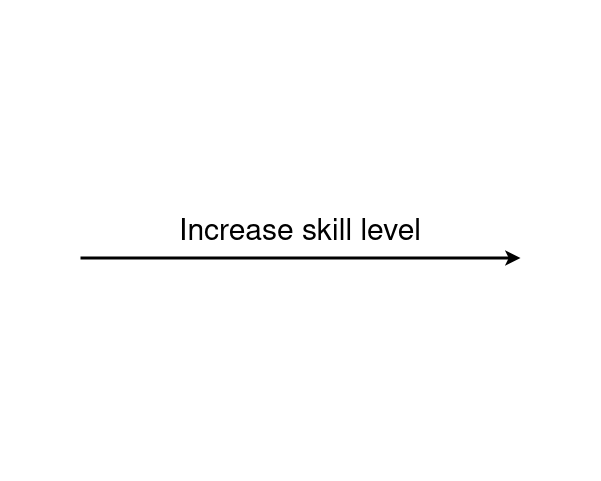
This is images/skill_level_mod/skill_arrow.png from arjunrs1/MoDiffAE, a draw.io export, as it was before one commit. Source tidied: cells renumbered, new cells last; positions are measured from the earlier drawing's top-left corner, leaving out a move shared by most shapes.
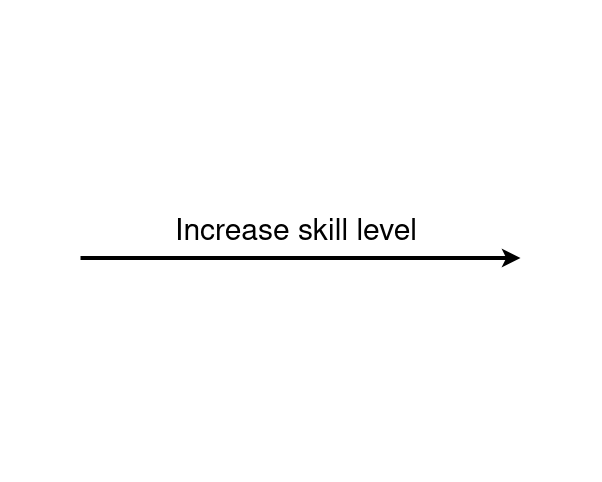
The same diagram one commit later.

Commit message:
adjusted arrow images

Diff of the diagram source:
```diff
@@ -5,14 +5,14 @@
     <mxCell id="2" style="rounded=0;whiteSpace=wrap;html=1;strokeColor=#FFFFFF;" parent="1" vertex="1">
       <mxGeometry width="600" height="480" as="geometry" />
     </mxCell>
-    <mxCell id="3" style="endArrow=classic;html=1;rounded=0;strokeWidth=3;" parent="1" edge="1">
+    <mxCell id="3" style="endArrow=classic;html=1;rounded=0;strokeWidth=4;" parent="1" edge="1">
       <mxGeometry relative="1" as="geometry">
         <mxPoint x="80" y="257.5" as="sourcePoint" />
         <mxPoint x="520" y="257.5" as="targetPoint" />
       </mxGeometry>
     </mxCell>
     <mxCell id="4" value="&lt;font style=&quot;font-size: 30px;&quot;&gt;Increase skill level&lt;br&gt;&lt;/font&gt;" style="text;html=1;strokeColor=none;fillColor=none;align=center;verticalAlign=middle;whiteSpace=wrap;rounded=0;" parent="1" vertex="1">
-      <mxGeometry x="120" y="217.5" width="360" height="30" as="geometry" />
+      <mxGeometry x="96" y="217.5" width="400" height="30" as="geometry" />
     </mxCell>
   </root>
 </mxGraphModel>
```
